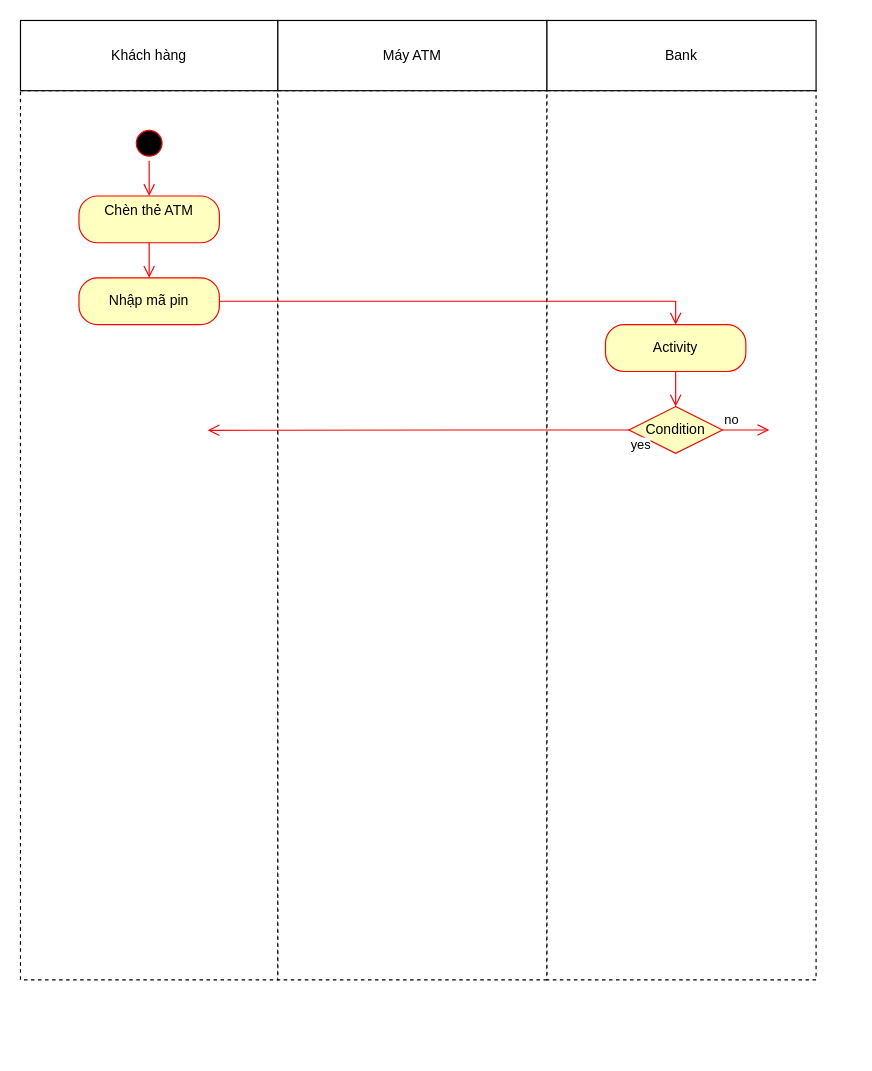
Before: Activity_Diagram_BIeudohd_RUTTIENMAYATM.drawio in NgoAnhThanThien/thanthien123, a draw.io diagram. Source tidied: cells renumbered, new cells numbered last; positions are measured from the earlier drawing's top-left corner, leaving out a move shared by most shapes. Both pictures are drawn from the tidied source at 117%, with x=0, y=0 at pixel (20, 20).
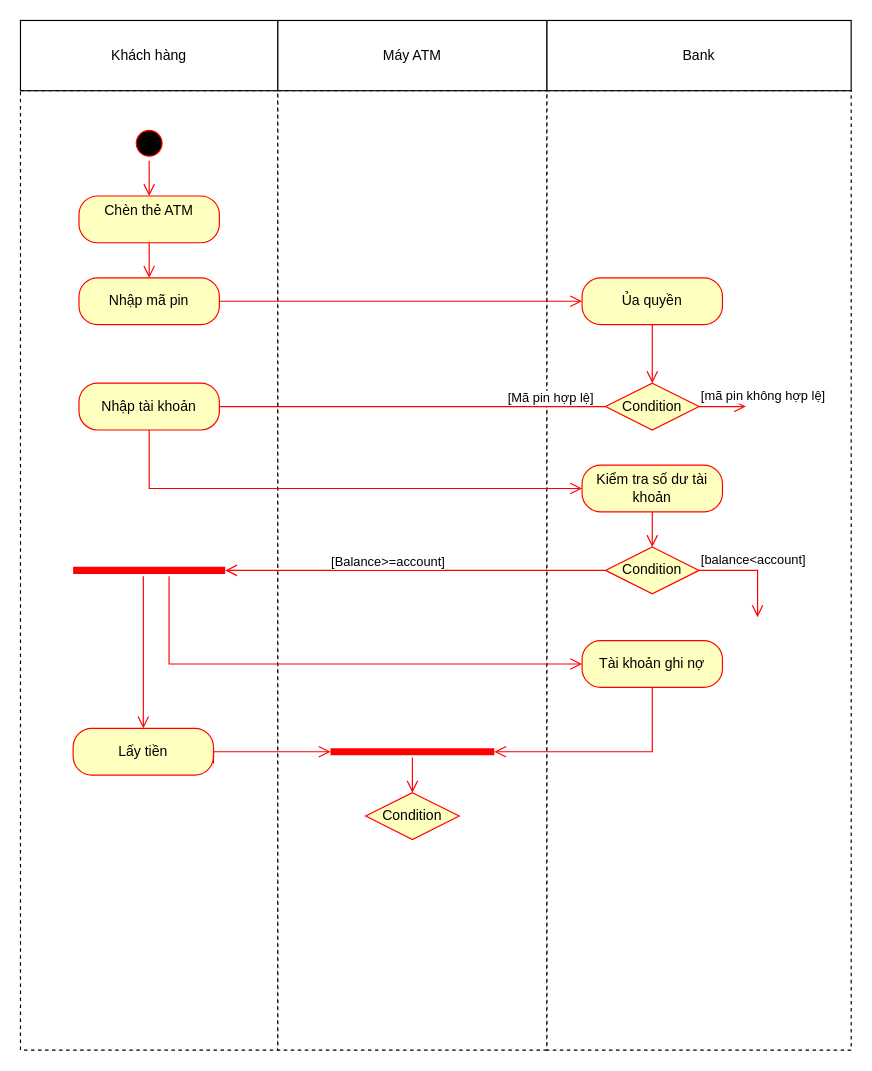
The same diagram, later.

Unchanged cells that the change refers to:
```xml
<mxCell id="12" value="Nhập mã pin" style="rounded=1;whiteSpace=wrap;html=1;arcSize=40;fontColor=#000000;fillColor=#ffffc0;strokeColor=#ff0000;" parent="1" vertex="1">
  <mxGeometry x="50" y="220" width="120" height="40" as="geometry" />
</mxCell>
```

Change to the diagram source:
```diff
@@
     <mxCell id="2" style="rounded=0;whiteSpace=wrap;html=1;dashed=1;" parent="1" vertex="1">
-      <mxGeometry y="60" width="220" height="760" as="geometry" />
+      <mxGeometry y="60" width="220" height="820" as="geometry" />
     </mxCell>
     <mxCell id="3" style="rounded=0;whiteSpace=wrap;html=1;dashed=1;" parent="1" vertex="1">
-      <mxGeometry x="220" y="60" width="230" height="760" as="geometry" />
+      <mxGeometry x="220" y="60" width="230" height="820" as="geometry" />
     </mxCell>
     <mxCell id="4" style="rounded=0;whiteSpace=wrap;html=1;dashed=1;" parent="1" vertex="1">
-      <mxGeometry x="450" y="60" width="230" height="760" as="geometry" />
+      <mxGeometry x="450" y="60" width="260" height="820" as="geometry" />
     </mxCell>
@@
     <mxCell id="7" value="Bank" style="rounded=0;whiteSpace=wrap;html=1;" parent="1" vertex="1">
-      <mxGeometry x="450" width="230" height="60" as="geometry" />
+      <mxGeometry x="450" width="260" height="60" as="geometry" />
     </mxCell>
@@
-    <mxCell id="13" style="edgeStyle=orthogonalEdgeStyle;html=1;verticalAlign=bottom;endArrow=open;endSize=8;strokeColor=#ff0000;rounded=0;exitX=1;exitY=0.5;exitDx=0;exitDy=0;entryX=0.5;entryY=0;entryDx=0;entryDy=0;" parent="1" edge="1" source="12" target="14">
+    <mxCell id="13" style="edgeStyle=orthogonalEdgeStyle;html=1;verticalAlign=bottom;endArrow=open;endSize=8;strokeColor=#ff0000;rounded=0;exitX=1;exitY=0.5;exitDx=0;exitDy=0;entryX=0;entryY=0.5;entryDx=0;entryDy=0;" parent="1" edge="1" source="12" target="14">
       <mxGeometry relative="1" as="geometry" />
     </mxCell>
-    <mxCell id="14" value="Activity" style="rounded=1;whiteSpace=wrap;html=1;arcSize=40;fontColor=#000000;fillColor=#ffffc0;strokeColor=#ff0000;" parent="1" vertex="1">
-      <mxGeometry x="500" y="260" width="120" height="40" as="geometry" />
+    <mxCell id="14" value="Ủa quyền" style="rounded=1;whiteSpace=wrap;html=1;arcSize=40;fontColor=#000000;fillColor=#ffffc0;strokeColor=#ff0000;" parent="1" vertex="1">
+      <mxGeometry x="480" y="220" width="120" height="40" as="geometry" />
     </mxCell>
@@
     <mxCell id="16" value="Condition" style="rhombus;whiteSpace=wrap;html=1;fontColor=#000000;fillColor=#ffffc0;strokeColor=#ff0000;" parent="1" vertex="1">
-      <mxGeometry x="520" y="330" width="80" height="40" as="geometry" />
+      <mxGeometry x="500" y="310" width="80" height="40" as="geometry" />
     </mxCell>
-    <mxCell id="17" value="no" style="edgeStyle=orthogonalEdgeStyle;html=1;align=left;verticalAlign=bottom;endArrow=open;endSize=8;strokeColor=#ff0000;rounded=0;" parent="1" edge="1" source="16">
+    <mxCell id="17" value="[mã pin không hợp lệ]" style="edgeStyle=orthogonalEdgeStyle;html=1;align=left;verticalAlign=bottom;endArrow=open;endSize=8;strokeColor=#ff0000;rounded=0;" parent="1" edge="1" source="16">
       <mxGeometry x="-1" relative="1" as="geometry">
-        <mxPoint x="640" y="350" as="targetPoint" />
+        <mxPoint x="620" y="330" as="targetPoint" />
       </mxGeometry>
     </mxCell>
-    <mxCell id="18" value="yes" style="edgeStyle=orthogonalEdgeStyle;html=1;align=left;verticalAlign=top;endArrow=open;endSize=8;strokeColor=#ff0000;rounded=0;entryX=0.727;entryY=0.382;entryDx=0;entryDy=0;entryPerimeter=0;" parent="1" edge="1" source="16" target="2">
-      <mxGeometry x="-1" relative="1" as="geometry" />
+    <mxCell id="18" value="[Mã pin hợp lệ]" style="edgeStyle=orthogonalEdgeStyle;html=1;align=left;verticalAlign=top;endArrow=open;endSize=8;strokeColor=#ff0000;rounded=0;" parent="1" edge="1" source="16">
+      <mxGeometry x="-0.5" y="-20" relative="1" as="geometry">
+        <mxPoint x="160" y="330" as="targetPoint" />
+        <Array as="points">
+          <mxPoint x="160" y="330" />
+        </Array>
+      </mxGeometry>
     </mxCell>
+    <mxCell id="19" value="Nhập tài khoản" style="rounded=1;whiteSpace=wrap;html=1;arcSize=40;fontColor=#000000;fillColor=#ffffc0;strokeColor=#ff0000;" parent="1" vertex="1">
+      <mxGeometry x="50" y="310" width="120" height="40" as="geometry" />
+    </mxCell>
+    <mxCell id="20" style="edgeStyle=orthogonalEdgeStyle;html=1;verticalAlign=bottom;endArrow=open;endSize=8;strokeColor=#ff0000;rounded=0;exitX=0.5;exitY=1;exitDx=0;exitDy=0;entryX=0;entryY=0.5;entryDx=0;entryDy=0;" parent="1" edge="1" source="19" target="21">
+      <mxGeometry relative="1" as="geometry" />
+    </mxCell>
+    <mxCell id="21" value="Kiểm tra số dư tài khoản" style="rounded=1;whiteSpace=wrap;html=1;arcSize=40;fontColor=#000000;fillColor=#ffffc0;strokeColor=#ff0000;" parent="1" vertex="1">
+      <mxGeometry x="480" y="380" width="120" height="40" as="geometry" />
+    </mxCell>
+    <mxCell id="22" style="edgeStyle=orthogonalEdgeStyle;html=1;verticalAlign=bottom;endArrow=open;endSize=8;strokeColor=#ff0000;rounded=0;" parent="1" edge="1" source="21">
+      <mxGeometry relative="1" as="geometry">
+        <mxPoint x="540" y="450" as="targetPoint" />
+      </mxGeometry>
+    </mxCell>
+    <mxCell id="23" value="Condition" style="rhombus;whiteSpace=wrap;html=1;fontColor=#000000;fillColor=#ffffc0;strokeColor=#ff0000;" parent="1" vertex="1">
+      <mxGeometry x="500" y="450" width="80" height="40" as="geometry" />
+    </mxCell>
+    <mxCell id="24" value="[balance&amp;lt;account]" style="edgeStyle=orthogonalEdgeStyle;html=1;align=left;verticalAlign=bottom;endArrow=open;endSize=8;strokeColor=#ff0000;rounded=0;exitX=1;exitY=0.5;exitDx=0;exitDy=0;" parent="1" edge="1" source="23">
+      <mxGeometry x="-1" relative="1" as="geometry">
+        <mxPoint x="630" y="510" as="targetPoint" />
+        <Array as="points">
+          <mxPoint x="630" y="470" />
+          <mxPoint x="630" y="510" />
+        </Array>
+      </mxGeometry>
+    </mxCell>
+    <mxCell id="25" value="[Balance&amp;gt;=account]" style="edgeStyle=orthogonalEdgeStyle;html=1;align=left;verticalAlign=top;endArrow=open;endSize=8;strokeColor=#ff0000;rounded=0;entryX=1;entryY=0.5;entryDx=0;entryDy=0;entryPerimeter=0;" parent="1" edge="1" source="23" target="26">
+      <mxGeometry x="0.45" y="-20" relative="1" as="geometry" />
+    </mxCell>
+    <mxCell id="26" style="shape=line;html=1;strokeWidth=6;strokeColor=#ff0000;" parent="1" vertex="1">
+      <mxGeometry x="45" y="465" width="130" height="10" as="geometry" />
+    </mxCell>
+    <mxCell id="27" style="edgeStyle=orthogonalEdgeStyle;html=1;verticalAlign=bottom;endArrow=open;endSize=8;strokeColor=#ff0000;rounded=0;entryX=0.5;entryY=0;entryDx=0;entryDy=0;" parent="1" edge="1" source="26" target="31">
+      <mxGeometry relative="1" as="geometry">
+        <Array as="points">
+          <mxPoint x="105" y="600" />
+        </Array>
+      </mxGeometry>
+    </mxCell>
+    <mxCell id="28" style="edgeStyle=orthogonalEdgeStyle;html=1;verticalAlign=bottom;endArrow=open;endSize=8;strokeColor=#ff0000;rounded=0;exitX=0.669;exitY=0.75;exitDx=0;exitDy=0;exitPerimeter=0;entryX=0;entryY=0.5;entryDx=0;entryDy=0;" parent="1" edge="1" target="29">
+      <mxGeometry relative="1" as="geometry">
+        <mxPoint x="127" y="475" as="sourcePoint" />
+        <Array as="points">
+          <mxPoint x="127" y="550" />
+        </Array>
+      </mxGeometry>
+    </mxCell>
+    <mxCell id="29" value="Tài khoản ghi nợ" style="rounded=1;whiteSpace=wrap;html=1;arcSize=40;fontColor=#000000;fillColor=#ffffc0;strokeColor=#ff0000;" parent="1" vertex="1">
+      <mxGeometry x="480" y="530" width="120" height="40" as="geometry" />
+    </mxCell>
+    <mxCell id="30" style="edgeStyle=orthogonalEdgeStyle;html=1;verticalAlign=bottom;endArrow=open;endSize=8;strokeColor=#ff0000;rounded=0;entryX=1;entryY=0.5;entryDx=0;entryDy=0;entryPerimeter=0;" parent="1" edge="1" source="29" target="33">
+      <mxGeometry relative="1" as="geometry">
+        <Array as="points">
+          <mxPoint x="540" y="625" />
+        </Array>
+      </mxGeometry>
+    </mxCell>
+    <mxCell id="31" value="Lấy tiền" style="rounded=1;whiteSpace=wrap;html=1;arcSize=40;fontColor=#000000;fillColor=#ffffc0;strokeColor=#ff0000;" parent="1" vertex="1">
+      <mxGeometry x="45" y="605" width="120" height="40" as="geometry" />
+    </mxCell>
+    <mxCell id="32" style="edgeStyle=orthogonalEdgeStyle;html=1;verticalAlign=bottom;endArrow=open;endSize=8;strokeColor=#ff0000;rounded=0;entryX=0;entryY=0.5;entryDx=0;entryDy=0;entryPerimeter=0;" parent="1" edge="1" target="33">
+      <mxGeometry relative="1" as="geometry">
+        <mxPoint x="165" y="635" as="sourcePoint" />
+        <Array as="points">
+          <mxPoint x="165" y="625" />
+        </Array>
+      </mxGeometry>
+    </mxCell>
+    <mxCell id="33" style="shape=line;html=1;strokeWidth=6;strokeColor=#ff0000;" parent="1" vertex="1">
+      <mxGeometry x="265" y="620" width="140" height="10" as="geometry" />
+    </mxCell>
+    <mxCell id="34" style="edgeStyle=orthogonalEdgeStyle;html=1;verticalAlign=bottom;endArrow=open;endSize=8;strokeColor=#ff0000;rounded=0;entryX=0.5;entryY=0;entryDx=0;entryDy=0;" parent="1" edge="1" source="33" target="35">
+      <mxGeometry relative="1" as="geometry" />
+    </mxCell>
+    <mxCell id="35" value="Condition" style="rhombus;whiteSpace=wrap;html=1;fontColor=#000000;fillColor=#ffffc0;strokeColor=#ff0000;" parent="1" vertex="1">
+      <mxGeometry x="295" y="660" width="80" height="40" as="geometry" />
+    </mxCell>
```
